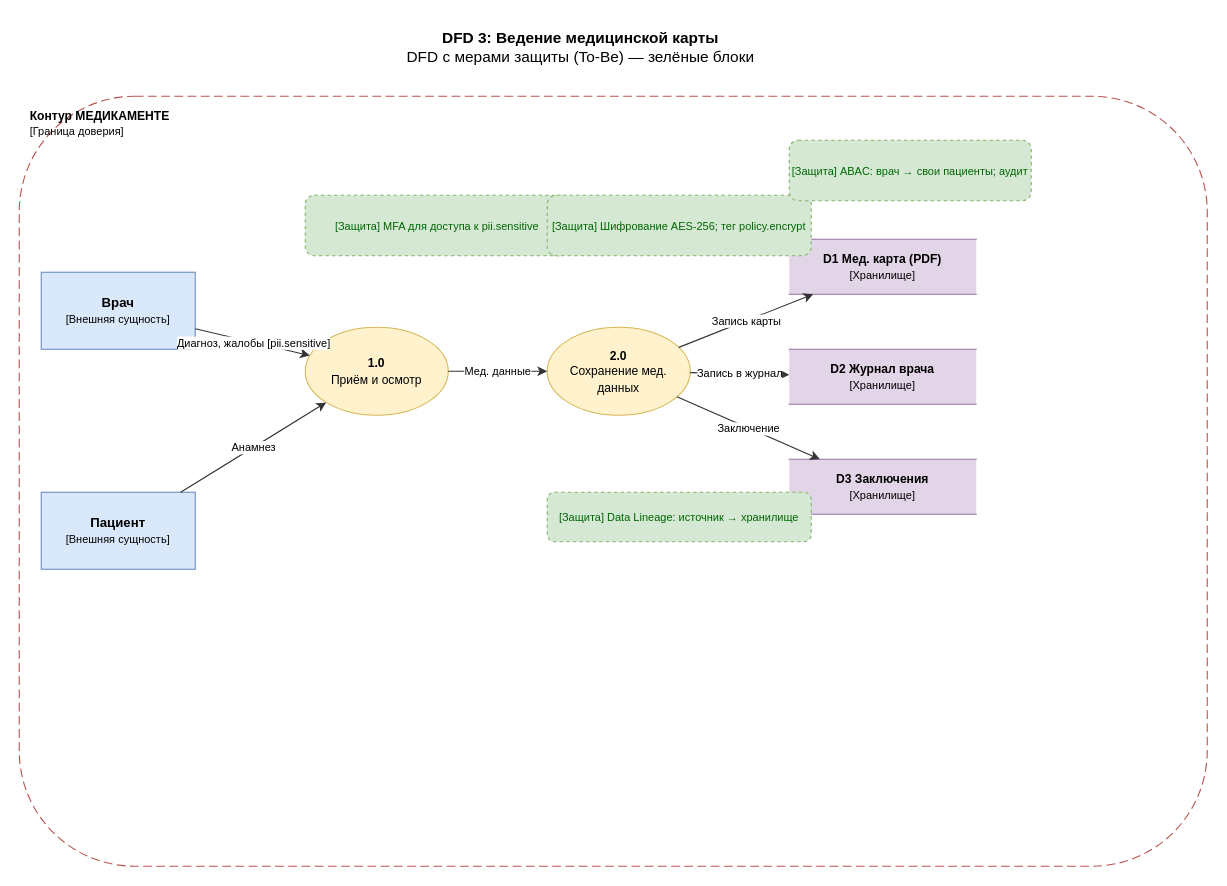
Earlier version of the draw.io diagram Task1/dfd-03-medical-records.drawio (AlexDmitriev/architecture-medikamente). Source tidied: cells renumbered, new cells numbered last; positions are measured from the earlier drawing's top-left corner, leaving out a move shared by most shapes. Both pictures are drawn from the tidied source at 110%, with x=0, y=0 at pixel (19, 19).
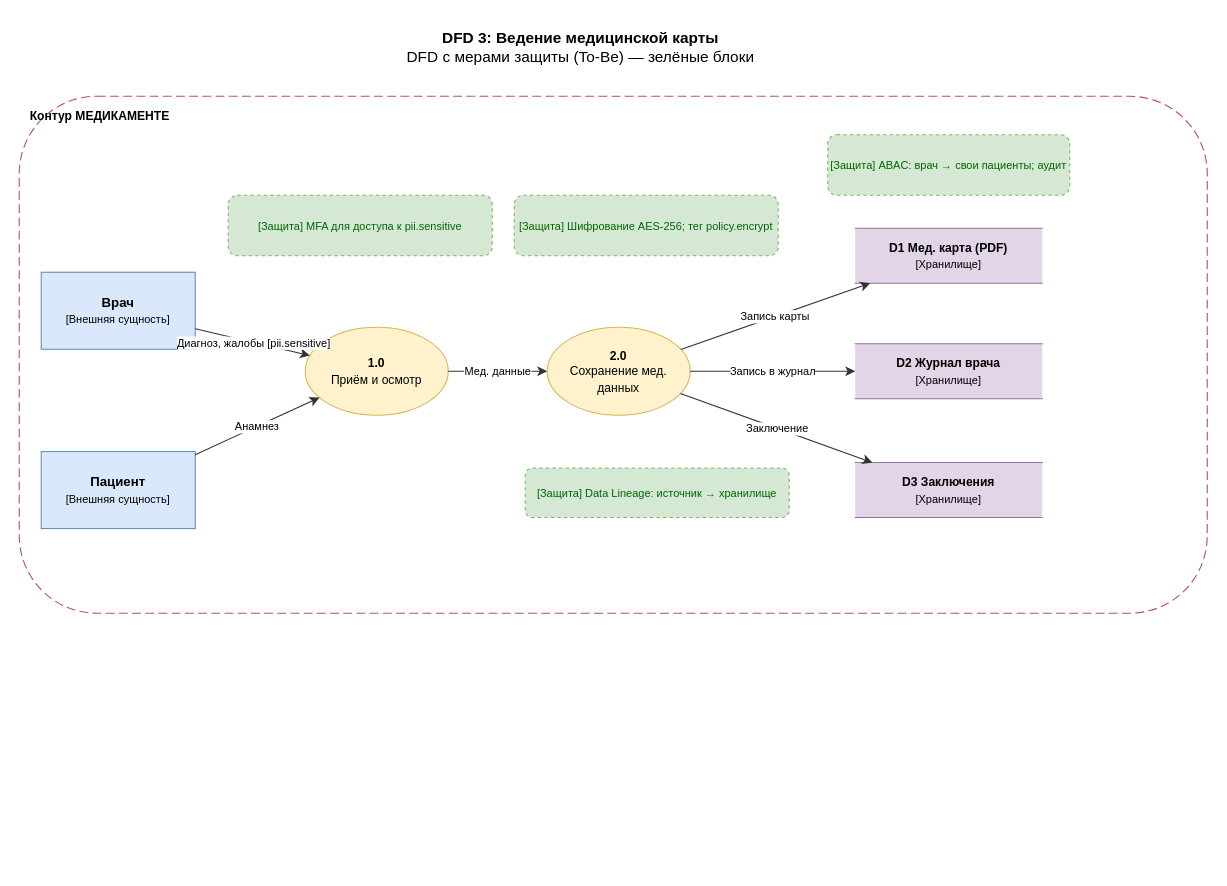
Above is the later version.

Change to the diagram source:
```diff
@@
-    <mxCell id="3" value="&lt;font style=&quot;font-size:11px&quot;&gt;&lt;b&gt;Контур МЕДИКАМЕНТЕ&lt;/b&gt;&lt;/font&gt;&lt;div&gt;&lt;font style=&quot;font-size:10px&quot;&gt;[Граница доверия]&lt;/font&gt;&lt;/div&gt;" style="rounded=1;whiteSpace=wrap;html=1;dashed=1;dashPattern=8 4;fillColor=none;strokeColor=#b85450;verticalAlign=top;align=left;spacingLeft=8;spacingTop=4;" parent="1" vertex="1">
-      <mxGeometry y="70" width="1080" height="700" as="geometry" />
+    <mxCell id="3" value="&lt;font style=&quot;font-size:11px&quot;&gt;&lt;b&gt;Контур МЕДИКАМЕНТЕ&lt;/b&gt;&lt;/font&gt;" style="rounded=1;whiteSpace=wrap;html=1;dashed=1;dashPattern=8 4;fillColor=none;strokeColor=#b85450;verticalAlign=top;align=left;spacingLeft=8;spacingTop=4;" parent="1" vertex="1">
+      <mxGeometry y="70" width="1080" height="470" as="geometry" />
     </mxCell>
@@
     <mxCell id="5" value="&lt;font style=&quot;font-size:12px&quot;&gt;&lt;b&gt;Пациент&lt;/b&gt;&lt;/font&gt;&lt;div&gt;&lt;font style=&quot;font-size:10px&quot;&gt;[Внешняя сущность]&lt;/font&gt;&lt;/div&gt;" style="rounded=0;whiteSpace=wrap;html=1;fillColor=#dae8fc;strokeColor=#6c8ebf;" parent="1" vertex="1">
-      <mxGeometry x="20" y="430" width="140" height="70" as="geometry" />
+      <mxGeometry x="20" y="393" width="140" height="70" as="geometry" />
     </mxCell>
@@
     <mxCell id="8" value="&lt;font style=&quot;font-size:11px&quot;&gt;&lt;b&gt;D1 Мед. карта (PDF)&lt;/b&gt;&lt;/font&gt;&lt;div&gt;&lt;font style=&quot;font-size:10px&quot;&gt;[Хранилище]&lt;/font&gt;&lt;/div&gt;" style="shape=partialRectangle;whiteSpace=wrap;html=1;left=0;right=0;fillColor=#e1d5e7;strokeColor=#9673a6;" parent="1" vertex="1">
-      <mxGeometry x="700" y="200" width="170" height="50" as="geometry" />
+      <mxGeometry x="760" y="190" width="170" height="50" as="geometry" />
     </mxCell>
     <mxCell id="9" value="&lt;font style=&quot;font-size:11px&quot;&gt;&lt;b&gt;D2 Журнал врача&lt;/b&gt;&lt;/font&gt;&lt;div&gt;&lt;font style=&quot;font-size:10px&quot;&gt;[Хранилище]&lt;/font&gt;&lt;/div&gt;" style="shape=partialRectangle;whiteSpace=wrap;html=1;left=0;right=0;fillColor=#e1d5e7;strokeColor=#9673a6;" parent="1" vertex="1">
-      <mxGeometry x="700" y="300" width="170" height="50" as="geometry" />
+      <mxGeometry x="760" y="295" width="170" height="50" as="geometry" />
     </mxCell>
     <mxCell id="10" value="&lt;font style=&quot;font-size:11px&quot;&gt;&lt;b&gt;D3 Заключения&lt;/b&gt;&lt;/font&gt;&lt;div&gt;&lt;font style=&quot;font-size:10px&quot;&gt;[Хранилище]&lt;/font&gt;&lt;/div&gt;" style="shape=partialRectangle;whiteSpace=wrap;html=1;left=0;right=0;fillColor=#e1d5e7;strokeColor=#9673a6;" parent="1" vertex="1">
-      <mxGeometry x="700" y="400" width="170" height="50" as="geometry" />
+      <mxGeometry x="760" y="403" width="170" height="50" as="geometry" />
     </mxCell>
@@
     <mxCell id="17" value="&lt;font style=&quot;font-size:10px;color:#006600&quot;&gt;[Защита] MFA для доступа к pii.sensitive&lt;/font&gt;" style="rounded=1;whiteSpace=wrap;html=1;fillColor=#d5e8d4;strokeColor=#82b366;dashed=1;" parent="1" vertex="1">
-      <mxGeometry x="260" y="160" width="240" height="55" as="geometry" />
+      <mxGeometry x="190" y="160" width="240" height="55" as="geometry" />
     </mxCell>
     <mxCell id="18" value="&lt;font style=&quot;font-size:10px;color:#006600&quot;&gt;[Защита] Шифрование AES-256; тег policy.encrypt&lt;/font&gt;" style="rounded=1;whiteSpace=wrap;html=1;fillColor=#d5e8d4;strokeColor=#82b366;dashed=1;" parent="1" vertex="1">
-      <mxGeometry x="480" y="160" width="240" height="55" as="geometry" />
+      <mxGeometry x="450" y="160" width="240" height="55" as="geometry" />
     </mxCell>
     <mxCell id="19" value="&lt;font style=&quot;font-size:10px;color:#006600&quot;&gt;[Защита] ABAC: врач → свои пациенты; аудит&lt;/font&gt;" style="rounded=1;whiteSpace=wrap;html=1;fillColor=#d5e8d4;strokeColor=#82b366;dashed=1;" parent="1" vertex="1">
-      <mxGeometry x="700" y="110" width="220" height="55" as="geometry" />
+      <mxGeometry x="735" y="105" width="220" height="55" as="geometry" />
     </mxCell>
     <mxCell id="20" value="&lt;font style=&quot;font-size:10px;color:#006600&quot;&gt;[Защита] Data Lineage: источник → хранилище&lt;/font&gt;" style="rounded=1;whiteSpace=wrap;html=1;fillColor=#d5e8d4;strokeColor=#82b366;dashed=1;" parent="1" vertex="1">
-      <mxGeometry x="480" y="430" width="240" height="45" as="geometry" />
+      <mxGeometry x="460" y="408" width="240" height="45" as="geometry" />
     </mxCell>
```
